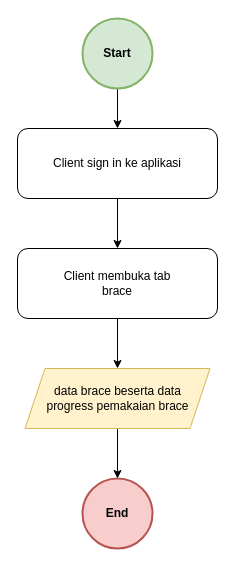
SynergyStudioBandung/synergy_studio_docs keeps this draw.io diagram as diagrams/user_flow/client_melihat_progress_brace.drawio. Above is the earlier version. Source tidied: cells renumbered, new cells numbered last; positions are measured from the earlier drawing's top-left corner, leaving out a move shared by most shapes. Both pictures are drawn from the tidied source at 100%, with x=0, y=0 at pixel (17, 18).
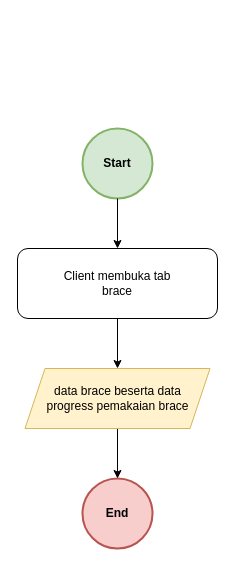
The same diagram, later.

Change to the diagram source:
```diff
@@
 <mxGraphModel>
   <root>
     <mxCell id="0" />
     <mxCell id="1" parent="0" />
     <mxCell id="2" value="End" style="ellipse;whiteSpace=wrap;html=1;fillColor=#f8cecc;strokeColor=#b85450;fontStyle=1;strokeWidth=2;" parent="1" vertex="1">
       <mxGeometry x="65" y="460" width="70" height="70" as="geometry" />
     </mxCell>
-    <mxCell id="3" style="edgeStyle=orthogonalEdgeStyle;rounded=0;jettySize=auto;html=1;entryX=0.5;entryY=0;entryDx=0;entryDy=0;fontColor=#FFFFFF;" parent="1" edge="1" source="4" target="6">
-      <mxGeometry relative="1" as="geometry" />
-    </mxCell>
     <mxCell id="4" value="Start" style="ellipse;whiteSpace=wrap;html=1;fillColor=#d5e8d4;strokeColor=#82b366;fontStyle=1;strokeWidth=2;" parent="1" vertex="1">
-      <mxGeometry x="65" width="70" height="70" as="geometry" />
+      <mxGeometry x="65" y="110" width="70" height="70" as="geometry" />
     </mxCell>
-    <mxCell id="5" style="edgeStyle=orthogonalEdgeStyle;rounded=0;jettySize=auto;html=1;" parent="1" edge="1" source="6" target="10">
+    <mxCell id="5" style="edgeStyle=orthogonalEdgeStyle;rounded=0;jettySize=auto;html=1;exitX=0.5;exitY=1;exitDx=0;exitDy=0;" parent="1" edge="1" source="4" target="10">
       <mxGeometry relative="1" as="geometry" />
     </mxCell>
-    <mxCell id="6" value="Client sign in ke aplikasi" style="rounded=1;whiteSpace=wrap;html=1;fontSize=12;glass=0;strokeWidth=1;shadow=0;" parent="1" vertex="1">
-      <mxGeometry y="110" width="200" height="70" as="geometry" />
-    </mxCell>
     <mxCell id="7" style="edgeStyle=orthogonalEdgeStyle;rounded=0;jettySize=auto;html=1;" parent="1" edge="1" source="8" target="2">
       <mxGeometry relative="1" as="geometry" />
     </mxCell>
     <mxCell id="8" value="data brace beserta data&lt;br&gt;progress pemakaian brace" style="shape=parallelogram;perimeter=parallelogramPerimeter;whiteSpace=wrap;html=1;fixedSize=1;strokeWidth=1;fillColor=#fff2cc;strokeColor=#d6b656;" parent="1" vertex="1">
       <mxGeometry x="7.5" y="350" width="185" height="60" as="geometry" />
     </mxCell>
     <mxCell id="9" style="edgeStyle=orthogonalEdgeStyle;rounded=0;jettySize=auto;html=1;" parent="1" edge="1" source="10" target="8">
       <mxGeometry relative="1" as="geometry" />
     </mxCell>
     <mxCell id="10" value="Client membuka tab&lt;br&gt;brace" style="rounded=1;whiteSpace=wrap;html=1;fontSize=12;glass=0;strokeWidth=1;shadow=0;" parent="1" vertex="1">
       <mxGeometry y="230" width="200" height="70" as="geometry" />
     </mxCell>
   </root>
 </mxGraphModel>
```
